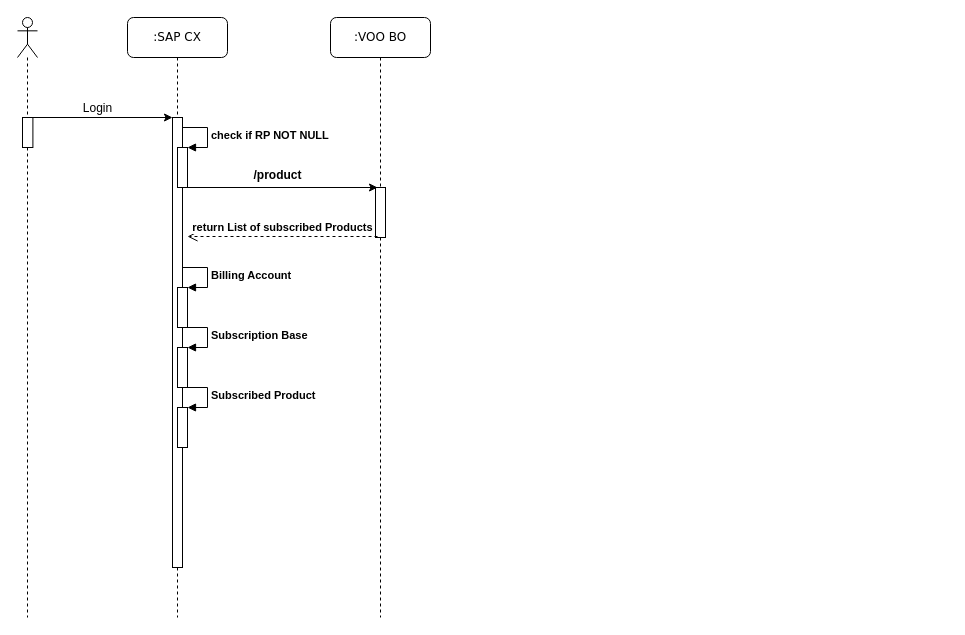
Earlier version of the draw.io diagram page "subscriptions" (4 of 4) of SeqDiagram-CX-VOO-CDC.drawio (MudBloodArchitekt/draw.io). Source tidied: cells renumbered, new cells numbered last; positions are measured from the earlier drawing's top-left corner, leaving out a move shared by most shapes. Both pictures are drawn from the tidied source at 100%, with x=0, y=0 at pixel (17, 17).
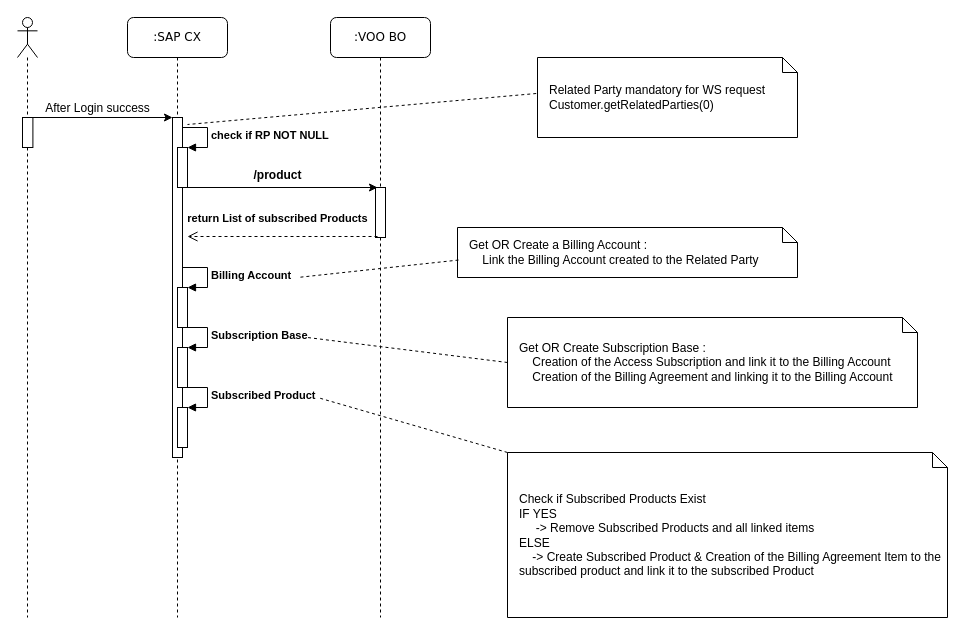
The same page after the edit.

Unchanged cells that the change refers to:
```xml
<mxCell id="2" value=":SAP CX" style="shape=umlLifeline;perimeter=lifelinePerimeter;whiteSpace=wrap;html=1;rounded=1;shadow=0;comic=0;labelBackgroundColor=none;strokeWidth=1;fontFamily=Verdana;fontSize=12;align=center;" parent="1" vertex="1">
  <mxGeometry x="110" width="100" height="600" as="geometry" />
</mxCell>
```

Change to the diagram source:
```diff
@@
     <mxCell id="3" style="html=1;perimeter=orthogonalPerimeter;" parent="2" vertex="1">
-      <mxGeometry x="45" y="100" width="10" height="450" as="geometry" />
+      <mxGeometry x="45" y="100" width="10" height="340" as="geometry" />
     </mxCell>
@@
-    <mxCell id="10" value="Login" style="text;html=1;align=center;verticalAlign=middle;" parent="1" vertex="1">
-      <mxGeometry x="60" y="81" width="40" height="20" as="geometry" />
+    <mxCell id="10" value="After Login success" style="text;html=1;align=center;verticalAlign=middle;" parent="1" vertex="1">
+      <mxGeometry x="20" y="81" width="120" height="20" as="geometry" />
     </mxCell>
@@
     <mxCell id="12" value="&lt;b&gt;return List of subscribed Products&lt;/b&gt;" style="html=1;verticalAlign=bottom;endArrow=open;dashed=1;endSize=8;" parent="1" edge="1">
-      <mxGeometry relative="1" as="geometry">
+      <mxGeometry x="0.05" y="-9" relative="1" as="geometry">
         <mxPoint x="360" y="219" as="sourcePoint" />
         <mxPoint x="170" y="219" as="targetPoint" />
       </mxGeometry>
     </mxCell>
@@
+    <mxCell id="21" value="Get OR Create a Billing Account :&lt;br&gt;&amp;nbsp;&amp;nbsp;&amp;nbsp; Link the Billing Account created to the Related Party" style="shape=note;size=15;align=left;spacingLeft=10;html=1;whiteSpace=wrap;" parent="1" vertex="1">
+      <mxGeometry x="440" y="210" width="340" height="50" as="geometry" />
+    </mxCell>
+    <mxCell id="22" style="edgeStyle=none;endArrow=none;dashed=1;html=1;exitX=0.003;exitY=0.651;exitDx=0;exitDy=0;exitPerimeter=0;" parent="1" edge="1" source="21">
+      <mxGeometry x="1" relative="1" as="geometry">
+        <mxPoint x="280" y="260" as="targetPoint" />
+      </mxGeometry>
+    </mxCell>
+    <mxCell id="23" value="Get OR Create Subscription Base :&lt;br&gt;&amp;nbsp;&amp;nbsp;&amp;nbsp; Creation of the Access Subscription and link it to the Billing Account&lt;br&gt;&amp;nbsp;&amp;nbsp;&amp;nbsp; Creation of the Billing Agreement and linking it to the Billing Account" style="shape=note;size=15;align=left;spacingLeft=10;html=1;whiteSpace=wrap;" parent="1" vertex="1">
+      <mxGeometry x="490" y="300" width="410" height="90" as="geometry" />
+    </mxCell>
+    <mxCell id="24" value="Check if Subscribed Products Exist&lt;br&gt;IF YES &lt;br&gt;&amp;nbsp;&amp;nbsp;&amp;nbsp;&amp;nbsp; -&amp;gt; Remove Subscribed Products and all linked items&lt;br&gt;ELSE&lt;br&gt;&amp;nbsp;&amp;nbsp;&amp;nbsp; -&amp;gt; Create Subscribed Product &amp;amp; Creation of the Billing Agreement Item to the subscribed product and link it to the subscribed Product" style="shape=note;size=15;align=left;spacingLeft=10;html=1;whiteSpace=wrap;" parent="1" vertex="1">
+      <mxGeometry x="490" y="435" width="440" height="165" as="geometry" />
+    </mxCell>
+    <mxCell id="25" style="edgeStyle=none;endArrow=none;dashed=1;html=1;exitX=0;exitY=0.5;exitDx=0;exitDy=0;exitPerimeter=0;" parent="1" edge="1" source="23">
+      <mxGeometry x="1" relative="1" as="geometry">
+        <mxPoint x="290" y="320" as="targetPoint" />
+      </mxGeometry>
+    </mxCell>
+    <mxCell id="26" style="edgeStyle=none;endArrow=none;dashed=1;html=1;exitX=0;exitY=0;exitDx=0;exitDy=0;exitPerimeter=0;" parent="1" edge="1" source="24">
+      <mxGeometry x="1" relative="1" as="geometry">
+        <mxPoint x="300" y="380" as="targetPoint" />
+      </mxGeometry>
+    </mxCell>
+    <mxCell id="27" value="&lt;div&gt;Related Party mandatory for WS request&lt;br&gt;Customer.getRelatedParties(0)&lt;/div&gt;" style="shape=note;size=15;align=left;spacingLeft=10;html=1;whiteSpace=wrap;" parent="1" vertex="1">
+      <mxGeometry x="520" y="40" width="260" height="80" as="geometry" />
+    </mxCell>
+    <mxCell id="28" style="edgeStyle=none;endArrow=none;dashed=1;html=1;exitX=-0.005;exitY=0.45;exitDx=0;exitDy=0;exitPerimeter=0;" parent="1" edge="1" source="27">
+      <mxGeometry x="1" relative="1" as="geometry">
+        <mxPoint x="170" y="107" as="targetPoint" />
+      </mxGeometry>
+    </mxCell>
```
